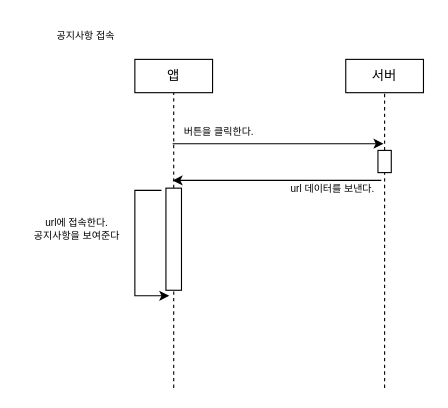
This is Untitled Diagram.drawio from seongjin17/gnu, a draw.io file, before an edit. Source tidied: cells renumbered, new cells numbered last; positions are measured from the earlier drawing's top-left corner, leaving out a move shared by most shapes. Both pictures are drawn from the tidied source at 111%, with x=0, y=0 at pixel (19, 19).
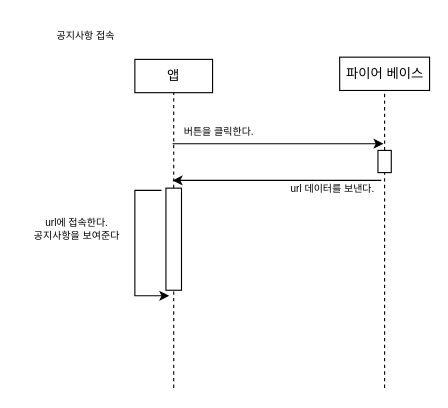
The same diagram, later.

Diff of the diagram source:
```diff
@@
-    <mxCell id="3" value="서버" style="rounded=0;whiteSpace=wrap;html=1;" parent="1" vertex="1">
-      <mxGeometry x="294" y="36" width="70" height="30" as="geometry" />
+    <mxCell id="3" value="파이어 베이스" style="rounded=0;whiteSpace=wrap;html=1;" parent="1" vertex="1">
+      <mxGeometry x="288.5" y="34" width="81" height="30" as="geometry" />
     </mxCell>
```
